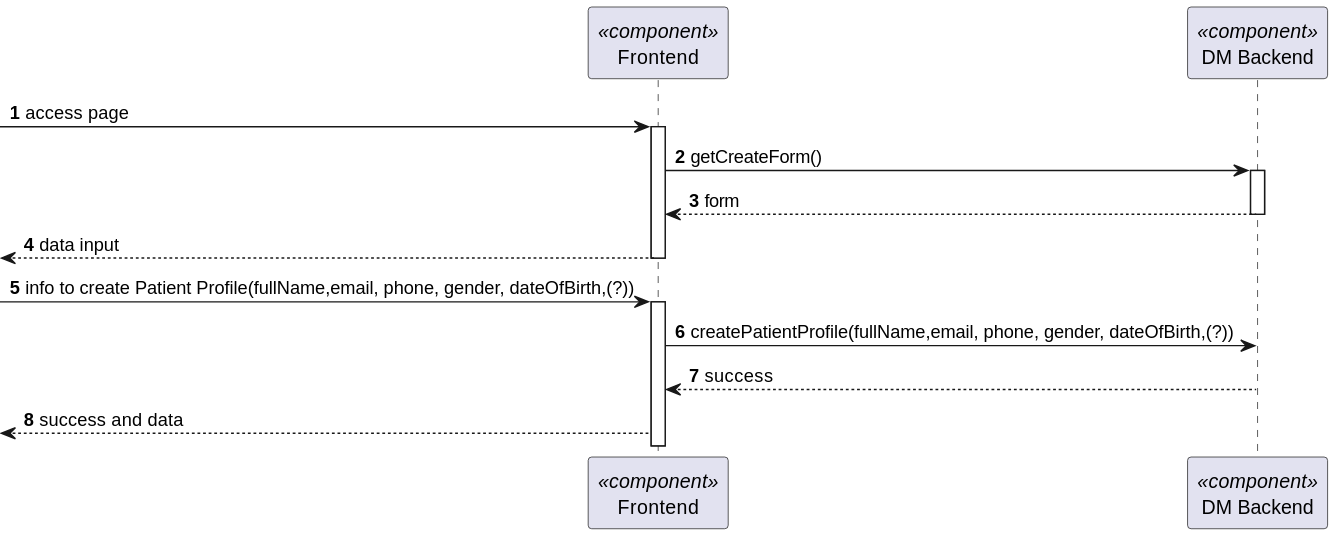
The PlantUML diagram docs/BackofficeModule/5.1.8/sequence-diagram-2.svg in Ana-Miguel-Silva/SurgicalAppointmentAndResourceManagement, before a commit. The source it was exported from:
```plantuml
@startuml
skinparam packageStyle rectangle
skinparam shadowing false

autonumber

participant "Frontend" as FE <<component>>
participant "DM Backend" as BE <<component>>



 -> FE: access page
activate FE
FE -> BE: getCreateForm()
activate BE
BE --> FE: form
deactivate BE
<-- FE   : data input
deactivate FE
-> FE : info to create Patient Profile(fullName,email, phone, gender, dateOfBirth,(?))
activate FE
FE -> BE : createPatientProfile(fullName,email, phone, gender, dateOfBirth,(?))
BE --> FE: success
deactivate BE
<-- FE   : success and data
@enduml
```
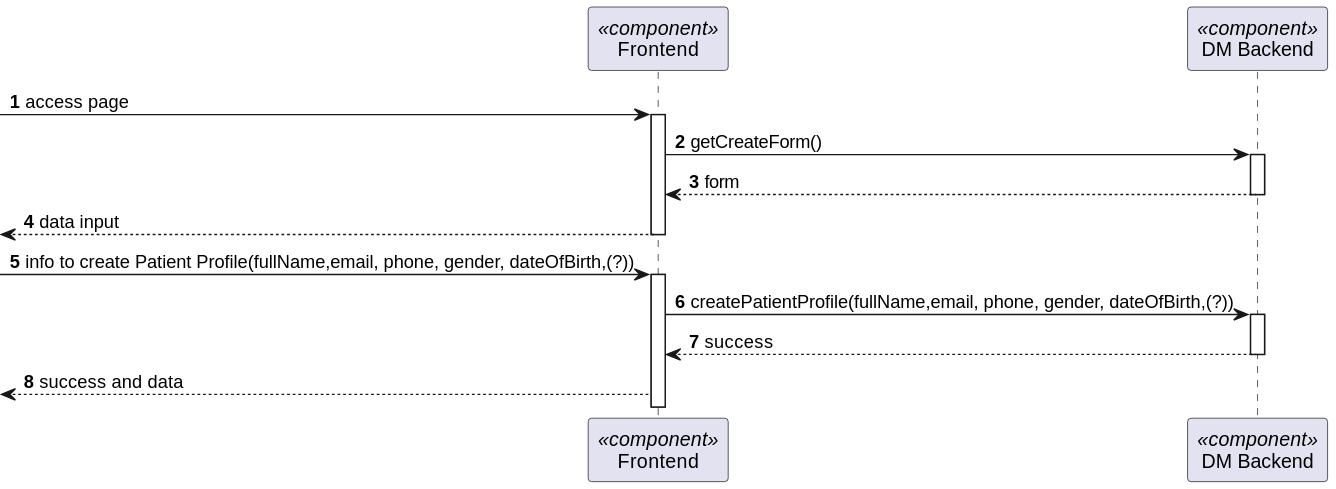
Later version of the same file.

Change to the diagram source:
```diff
@@ -20,7 +20,9 @@
 -> FE : info to create Patient Profile(fullName,email, phone, gender, dateOfBirth,(?))
 activate FE
 FE -> BE : createPatientProfile(fullName,email, phone, gender, dateOfBirth,(?))
+activate BE
 BE --> FE: success
 deactivate BE
+
 <-- FE   : success and data
 @enduml
```
